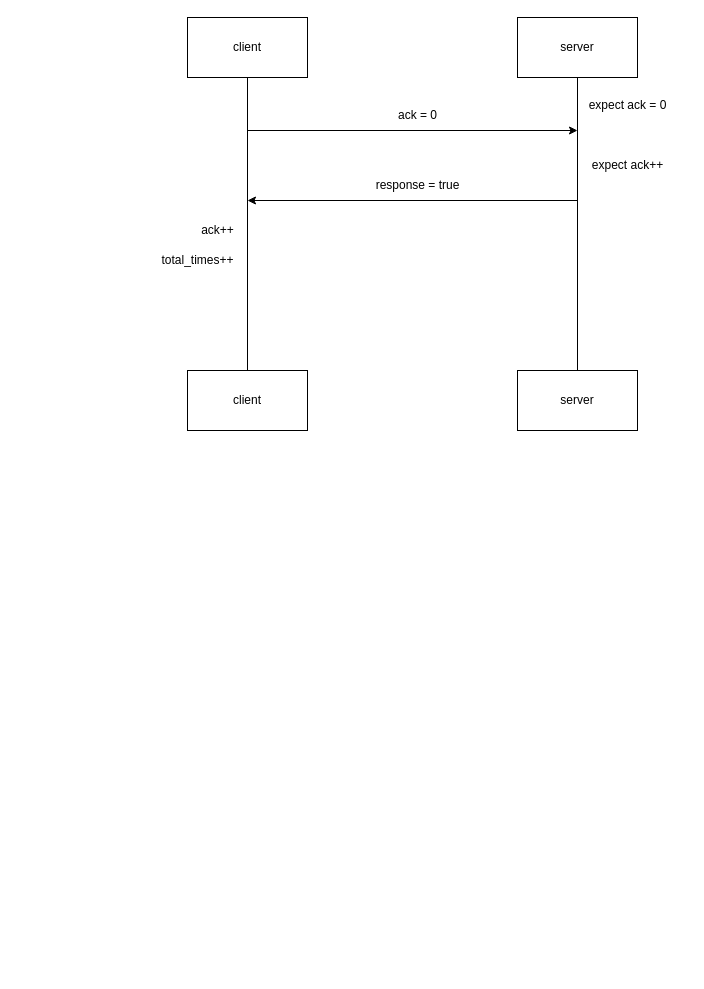
Before: page "第 4 页" (4 of 4) of 双板压测工具.drawio in Jev0987/drawioFile, a draw.io diagram. Source tidied: cells renumbered, new cells numbered last; positions are measured from the earlier drawing's top-left corner, leaving out a move shared by most shapes. Both pictures are drawn from the tidied source at 100%, with x=0, y=0 at pixel (147, 17).
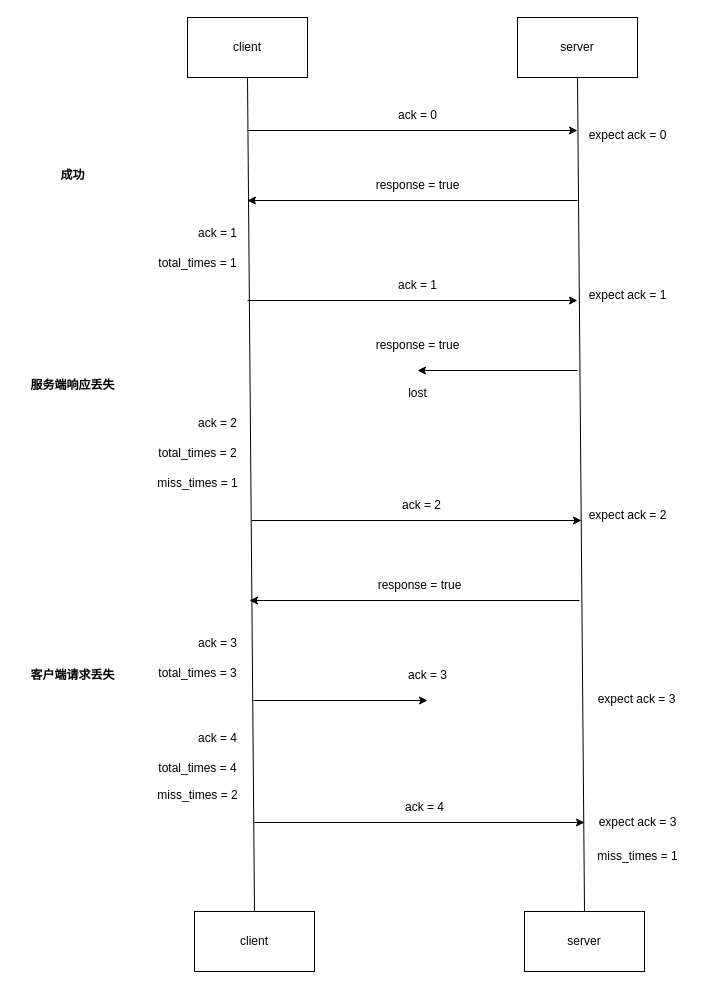
The same diagram, later.

Commit message:
更新双板压测工具.drawio

The edit, as a diff of the source:
```diff
@@
     <mxCell id="3" value="client" style="rounded=0;whiteSpace=wrap;html=1;" parent="1" vertex="1">
-      <mxGeometry x="40" y="353" width="120" height="60" as="geometry" />
+      <mxGeometry x="47" y="894" width="120" height="60" as="geometry" />
     </mxCell>
@@
     <mxCell id="6" value="server" style="rounded=0;whiteSpace=wrap;html=1;" parent="1" vertex="1">
-      <mxGeometry x="370" y="353" width="120" height="60" as="geometry" />
+      <mxGeometry x="377" y="894" width="120" height="60" as="geometry" />
     </mxCell>
@@
-    <mxCell id="10" value="ack++" style="text;html=1;align=center;verticalAlign=middle;strokeColor=none;fillColor=none;" parent="1" vertex="1">
-      <mxGeometry x="40" y="198" width="60" height="30" as="geometry" />
+    <mxCell id="10" value="ack = 1" style="text;html=1;align=center;verticalAlign=middle;strokeColor=none;fillColor=none;" parent="1" vertex="1">
+      <mxGeometry x="40" y="201" width="60" height="30" as="geometry" />
     </mxCell>
     <mxCell id="11" value="expect ack = 0" style="text;html=1;align=center;verticalAlign=middle;strokeColor=none;fillColor=none;" parent="1" vertex="1">
-      <mxGeometry x="430" y="73" width="100" height="30" as="geometry" />
+      <mxGeometry x="430" y="103" width="100" height="30" as="geometry" />
     </mxCell>
@@
-    <mxCell id="13" value="expect ack++" style="text;html=1;align=center;verticalAlign=middle;strokeColor=none;fillColor=none;" parent="1" vertex="1">
-      <mxGeometry x="435" y="133" width="90" height="30" as="geometry" />
+    <mxCell id="13" value="expect ack = 1" style="text;html=1;align=center;verticalAlign=middle;strokeColor=none;fillColor=none;" parent="1" vertex="1">
+      <mxGeometry x="430" y="263" width="100" height="30" as="geometry" />
     </mxCell>
@@
-    <mxCell id="15" value="total_times++" style="text;html=1;align=center;verticalAlign=middle;strokeColor=none;fillColor=none;" parent="1" vertex="1">
-      <mxGeometry y="228" width="100" height="30" as="geometry" />
+    <mxCell id="15" value="total_times = 1" style="text;html=1;align=center;verticalAlign=middle;strokeColor=none;fillColor=none;" parent="1" vertex="1">
+      <mxGeometry y="231" width="100" height="30" as="geometry" />
     </mxCell>
+    <mxCell id="16" style="endArrow=classic;html=1;rounded=0;" parent="1" edge="1">
+      <mxGeometry relative="1" as="geometry">
+        <mxPoint x="100" y="283" as="sourcePoint" />
+        <mxPoint x="430" y="283" as="targetPoint" />
+      </mxGeometry>
+    </mxCell>
+    <mxCell id="17" value="ack = 1" style="text;html=1;align=center;verticalAlign=middle;strokeColor=none;fillColor=none;" parent="1" vertex="1">
+      <mxGeometry x="240" y="253" width="60" height="30" as="geometry" />
+    </mxCell>
+    <mxCell id="18" value="expect ack = 2" style="text;html=1;align=center;verticalAlign=middle;strokeColor=none;fillColor=none;" parent="1" vertex="1">
+      <mxGeometry x="430" y="483" width="100" height="30" as="geometry" />
+    </mxCell>
+    <mxCell id="19" style="endArrow=classic;html=1;rounded=0;" parent="1" edge="1">
+      <mxGeometry relative="1" as="geometry">
+        <mxPoint x="430" y="353" as="sourcePoint" />
+        <mxPoint x="270" y="353" as="targetPoint" />
+      </mxGeometry>
+    </mxCell>
+    <mxCell id="20" value="response = true" style="text;html=1;align=center;verticalAlign=middle;strokeColor=none;fillColor=none;" parent="1" vertex="1">
+      <mxGeometry x="215" y="313" width="110" height="30" as="geometry" />
+    </mxCell>
+    <mxCell id="21" value="lost" style="text;html=1;align=center;verticalAlign=middle;strokeColor=none;fillColor=none;" parent="1" vertex="1">
+      <mxGeometry x="250" y="361" width="40" height="30" as="geometry" />
+    </mxCell>
+    <mxCell id="22" value="ack = 2" style="text;html=1;align=center;verticalAlign=middle;strokeColor=none;fillColor=none;" parent="1" vertex="1">
+      <mxGeometry x="40" y="391" width="60" height="30" as="geometry" />
+    </mxCell>
+    <mxCell id="23" value="total_times = 2" style="text;html=1;align=center;verticalAlign=middle;strokeColor=none;fillColor=none;" parent="1" vertex="1">
+      <mxGeometry y="421" width="100" height="30" as="geometry" />
+    </mxCell>
+    <mxCell id="24" value="miss_times = 1" style="text;html=1;align=center;verticalAlign=middle;strokeColor=none;fillColor=none;" parent="1" vertex="1">
+      <mxGeometry y="451" width="100" height="30" as="geometry" />
+    </mxCell>
+    <mxCell id="25" style="endArrow=classic;html=1;rounded=0;" parent="1" edge="1">
+      <mxGeometry relative="1" as="geometry">
+        <mxPoint x="104" y="503" as="sourcePoint" />
+        <mxPoint x="434" y="503" as="targetPoint" />
+      </mxGeometry>
+    </mxCell>
+    <mxCell id="26" value="ack = 2" style="text;html=1;align=center;verticalAlign=middle;strokeColor=none;fillColor=none;" parent="1" vertex="1">
+      <mxGeometry x="244" y="473" width="60" height="30" as="geometry" />
+    </mxCell>
+    <mxCell id="27" value="expect ack = 3" style="text;html=1;align=center;verticalAlign=middle;strokeColor=none;fillColor=none;" parent="1" vertex="1">
+      <mxGeometry x="439" y="667" width="100" height="30" as="geometry" />
+    </mxCell>
+    <mxCell id="28" style="endArrow=classic;html=1;rounded=0;" parent="1" edge="1">
+      <mxGeometry relative="1" as="geometry">
+        <mxPoint x="432" y="583" as="sourcePoint" />
+        <mxPoint x="102" y="583" as="targetPoint" />
+      </mxGeometry>
+    </mxCell>
+    <mxCell id="29" value="response = true" style="text;html=1;align=center;verticalAlign=middle;strokeColor=none;fillColor=none;" parent="1" vertex="1">
+      <mxGeometry x="217" y="553" width="110" height="30" as="geometry" />
+    </mxCell>
+    <mxCell id="30" value="ack = 3" style="text;html=1;align=center;verticalAlign=middle;strokeColor=none;fillColor=none;" parent="1" vertex="1">
+      <mxGeometry x="40" y="611" width="60" height="30" as="geometry" />
+    </mxCell>
+    <mxCell id="31" value="total_times = 3" style="text;html=1;align=center;verticalAlign=middle;strokeColor=none;fillColor=none;" parent="1" vertex="1">
+      <mxGeometry y="641" width="100" height="30" as="geometry" />
+    </mxCell>
+    <mxCell id="32" value="&lt;b&gt;成功&lt;/b&gt;" style="text;html=1;align=center;verticalAlign=middle;strokeColor=none;fillColor=none;" parent="1" vertex="1">
+      <mxGeometry x="-100" y="143" width="50" height="30" as="geometry" />
+    </mxCell>
+    <mxCell id="33" value="&lt;b&gt;服务端响应丢失&lt;/b&gt;" style="text;html=1;align=center;verticalAlign=middle;strokeColor=none;fillColor=none;" parent="1" vertex="1">
+      <mxGeometry x="-130" y="353" width="110" height="30" as="geometry" />
+    </mxCell>
+    <mxCell id="34" style="endArrow=classic;html=1;rounded=0;" parent="1" edge="1">
+      <mxGeometry relative="1" as="geometry">
+        <mxPoint x="106" y="683" as="sourcePoint" />
+        <mxPoint x="280" y="683" as="targetPoint" />
+      </mxGeometry>
+    </mxCell>
+    <mxCell id="35" value="ack = 3" style="text;html=1;align=center;verticalAlign=middle;strokeColor=none;fillColor=none;" parent="1" vertex="1">
+      <mxGeometry x="250" y="643" width="60" height="30" as="geometry" />
+    </mxCell>
+    <mxCell id="36" value="&lt;b&gt;客户端请求丢失&lt;/b&gt;" style="text;html=1;align=center;verticalAlign=middle;strokeColor=none;fillColor=none;" parent="1" vertex="1">
+      <mxGeometry x="-130" y="643" width="110" height="30" as="geometry" />
+    </mxCell>
+    <mxCell id="37" value="ack = 4" style="text;html=1;align=center;verticalAlign=middle;strokeColor=none;fillColor=none;" parent="1" vertex="1">
+      <mxGeometry x="40" y="706" width="60" height="30" as="geometry" />
+    </mxCell>
+    <mxCell id="38" value="total_times = 4" style="text;html=1;align=center;verticalAlign=middle;strokeColor=none;fillColor=none;" parent="1" vertex="1">
+      <mxGeometry y="736" width="100" height="30" as="geometry" />
+    </mxCell>
+    <mxCell id="39" style="endArrow=classic;html=1;rounded=0;" parent="1" edge="1">
+      <mxGeometry relative="1" as="geometry">
+        <mxPoint x="107" y="805" as="sourcePoint" />
+        <mxPoint x="437" y="805" as="targetPoint" />
+      </mxGeometry>
+    </mxCell>
+    <mxCell id="40" value="ack = 4" style="text;html=1;align=center;verticalAlign=middle;strokeColor=none;fillColor=none;" parent="1" vertex="1">
+      <mxGeometry x="247" y="775" width="60" height="30" as="geometry" />
+    </mxCell>
+    <mxCell id="41" value="expect ack = 3" style="text;html=1;align=center;verticalAlign=middle;strokeColor=none;fillColor=none;" parent="1" vertex="1">
+      <mxGeometry x="440" y="790" width="100" height="30" as="geometry" />
+    </mxCell>
+    <mxCell id="42" value="miss_times = 1" style="text;html=1;align=center;verticalAlign=middle;strokeColor=none;fillColor=none;" parent="1" vertex="1">
+      <mxGeometry x="440" y="824" width="100" height="30" as="geometry" />
+    </mxCell>
+    <mxCell id="43" value="miss_times = 2" style="text;html=1;align=center;verticalAlign=middle;strokeColor=none;fillColor=none;" parent="1" vertex="1">
+      <mxGeometry y="763" width="100" height="30" as="geometry" />
+    </mxCell>
```
